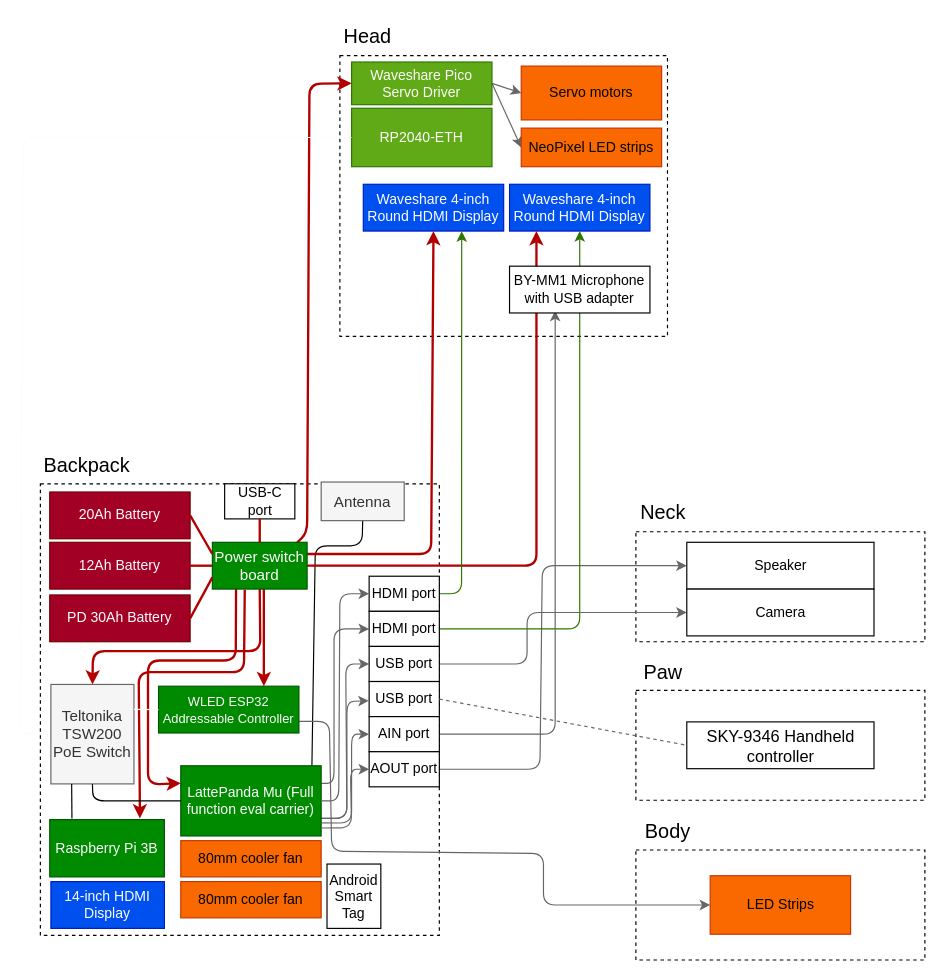
Above: Planning/Hardware.drawio in MekhyW/DYNAMO-Electronic-Fursuit-3.0 (draw.io), before the change. Source tidied: cells renumbered, new cells numbered last; positions are measured from the earlier drawing's top-left corner, leaving out a move shared by most shapes. Both pictures are drawn from the tidied source at 117%, with x=0, y=0 at pixel (20, 20).
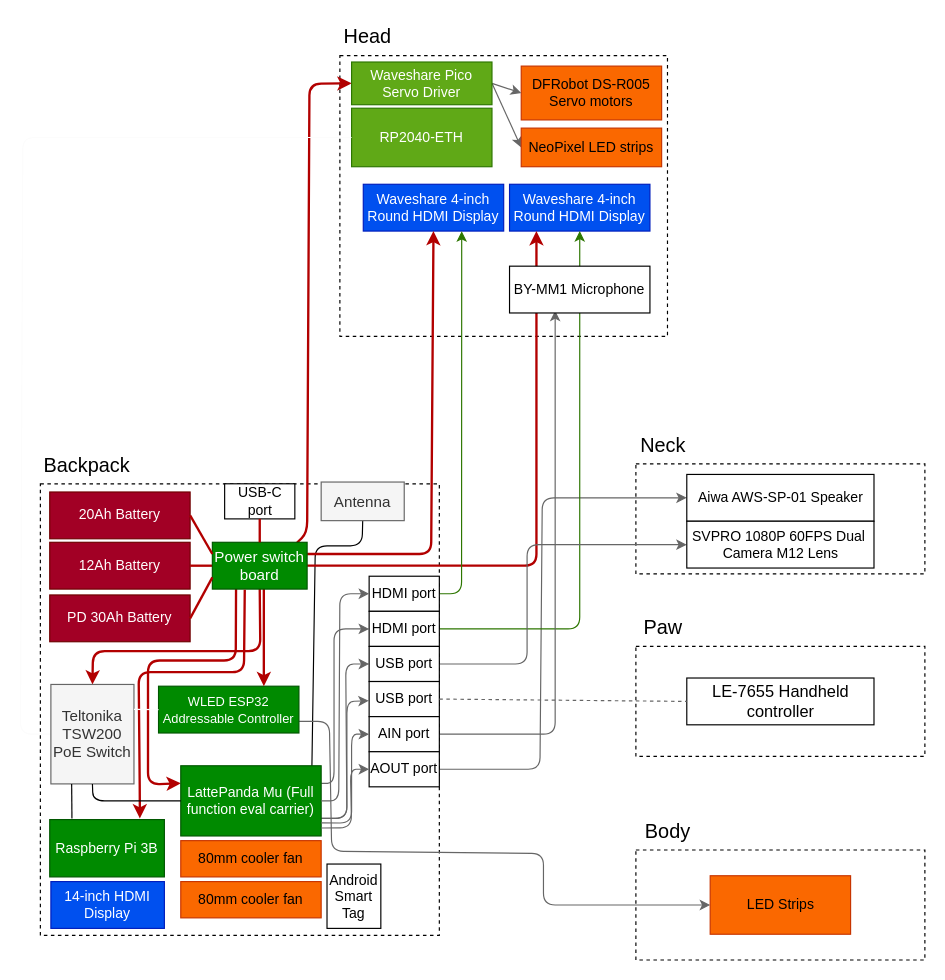
Above is the later version.

The change refers to these unchanged cells:
```xml
<mxCell id="30" value="USB port" style="rounded=0;whiteSpace=wrap;html=1;" parent="1" vertex="1">
  <mxGeometry x="298" y="535" width="60" height="30" as="geometry" />
</mxCell>
<mxCell id="56" value="AOUT port" style="rounded=0;whiteSpace=wrap;html=1;" parent="1" vertex="1">
  <mxGeometry x="298" y="625" width="60" height="30" as="geometry" />
</mxCell>
```

Diff of the diagram source:
```diff
@@
     <mxCell id="3" style="rounded=0;whiteSpace=wrap;html=1;dashed=1;" parent="1" vertex="1">
-      <mxGeometry x="526" y="437" width="247" height="94" as="geometry" />
+      <mxGeometry x="526" y="379" width="247" height="94" as="geometry" />
     </mxCell>
@@
     <mxCell id="13" style="edgeStyle=none;html=1;exitX=1;exitY=0.5;exitDx=0;exitDy=0;entryX=0;entryY=0.5;entryDx=0;entryDy=0;fillColor=#f5f5f5;strokeColor=#666666;" parent="1" edge="1" source="56" target="35">
       <mxGeometry relative="1" as="geometry">
         <Array as="points">
           <mxPoint x="444" y="640" />
-          <mxPoint x="446" y="466" />
+          <mxPoint x="446" y="408" />
         </Array>
       </mxGeometry>
     </mxCell>
@@
     <mxCell id="29" style="edgeStyle=none;html=1;exitX=1;exitY=0.5;exitDx=0;exitDy=0;entryX=0;entryY=0.5;entryDx=0;entryDy=0;endArrow=classic;endFill=1;fillColor=#f5f5f5;strokeColor=#666666;" parent="1" edge="1" source="30" target="70">
       <mxGeometry relative="1" as="geometry">
         <Array as="points">
           <mxPoint x="433" y="550" />
-          <mxPoint x="433" y="506" />
+          <mxPoint x="433" y="448" />
         </Array>
       </mxGeometry>
     </mxCell>
@@
-    <mxCell id="33" value="BY-MM1 Microphone with USB adapter" style="rounded=0;whiteSpace=wrap;html=1;" parent="1" vertex="1">
+    <mxCell id="33" value="BY-MM1 Microphone" style="rounded=0;whiteSpace=wrap;html=1;" parent="1" vertex="1">
       <mxGeometry x="418" y="210" width="120" height="40" as="geometry" />
     </mxCell>
@@
-    <mxCell id="35" value="&lt;font style=&quot;&quot;&gt;Speaker&lt;/font&gt;" style="rounded=0;whiteSpace=wrap;html=1;" parent="1" vertex="1">
-      <mxGeometry x="569.5" y="446" width="160" height="40" as="geometry" />
+    <mxCell id="35" value="&lt;font style=&quot;&quot;&gt;Aiwa AWS-SP-01 Speaker&lt;/font&gt;" style="rounded=0;whiteSpace=wrap;html=1;" parent="1" vertex="1">
+      <mxGeometry x="569.5" y="388" width="160" height="40" as="geometry" />
     </mxCell>
-    <mxCell id="36" value="Servo motors" style="rounded=0;whiteSpace=wrap;html=1;fillColor=#fa6800;fontColor=#000000;strokeColor=#C73500;" parent="1" vertex="1">
+    <mxCell id="36" value="DFRobot DS-R005 Servo motors" style="rounded=0;whiteSpace=wrap;html=1;fillColor=#fa6800;fontColor=#000000;strokeColor=#C73500;" parent="1" vertex="1">
       <mxGeometry x="428" y="39" width="120" height="46" as="geometry" />
     </mxCell>
@@
     <mxCell id="40" style="rounded=0;whiteSpace=wrap;html=1;dashed=1;" parent="1" vertex="1">
-      <mxGeometry x="526" y="572.5" width="247" height="94" as="geometry" />
+      <mxGeometry x="526" y="535" width="247" height="94" as="geometry" />
     </mxCell>
-    <mxCell id="41" value="&lt;font style=&quot;font-size: 14px;&quot;&gt;SKY-9346 Handheld controller&lt;/font&gt;" style="rounded=0;whiteSpace=wrap;html=1;" parent="1" vertex="1">
-      <mxGeometry x="569.5" y="599.5" width="160" height="40" as="geometry" />
+    <mxCell id="41" value="&lt;font style=&quot;font-size: 14px;&quot;&gt;LE-7655 Handheld controller&lt;/font&gt;" style="rounded=0;whiteSpace=wrap;html=1;" parent="1" vertex="1">
+      <mxGeometry x="569.5" y="562" width="160" height="40" as="geometry" />
     </mxCell>
@@
     <mxCell id="44" value="&lt;font style=&quot;font-size: 17px;&quot;&gt;Neck&lt;/font&gt;" style="text;html=1;align=center;verticalAlign=middle;whiteSpace=wrap;rounded=0;" parent="1" vertex="1">
-      <mxGeometry x="526" y="407" width="46.5" height="30" as="geometry" />
+      <mxGeometry x="526" y="349" width="46.5" height="30" as="geometry" />
     </mxCell>
     <mxCell id="45" value="&lt;font style=&quot;font-size: 17px;&quot;&gt;Paw&lt;/font&gt;" style="text;html=1;align=center;verticalAlign=middle;whiteSpace=wrap;rounded=0;" parent="1" vertex="1">
-      <mxGeometry x="526" y="542.5" width="46.5" height="30" as="geometry" />
+      <mxGeometry x="526" y="505" width="46.5" height="30" as="geometry" />
     </mxCell>
@@
-    <mxCell id="70" value="&lt;font style=&quot;&quot;&gt;Camera&lt;/font&gt;" style="rounded=0;whiteSpace=wrap;html=1;" parent="1" vertex="1">
-      <mxGeometry x="569.5" y="486" width="160" height="40" as="geometry" />
+    <mxCell id="70" value="&lt;font style=&quot;&quot;&gt;SVPRO 1080P 60FPS Dual&amp;nbsp; Camera M12 Lens&lt;/font&gt;" style="rounded=0;whiteSpace=wrap;html=1;" parent="1" vertex="1">
+      <mxGeometry x="569.5" y="428" width="160" height="40" as="geometry" />
     </mxCell>
```
